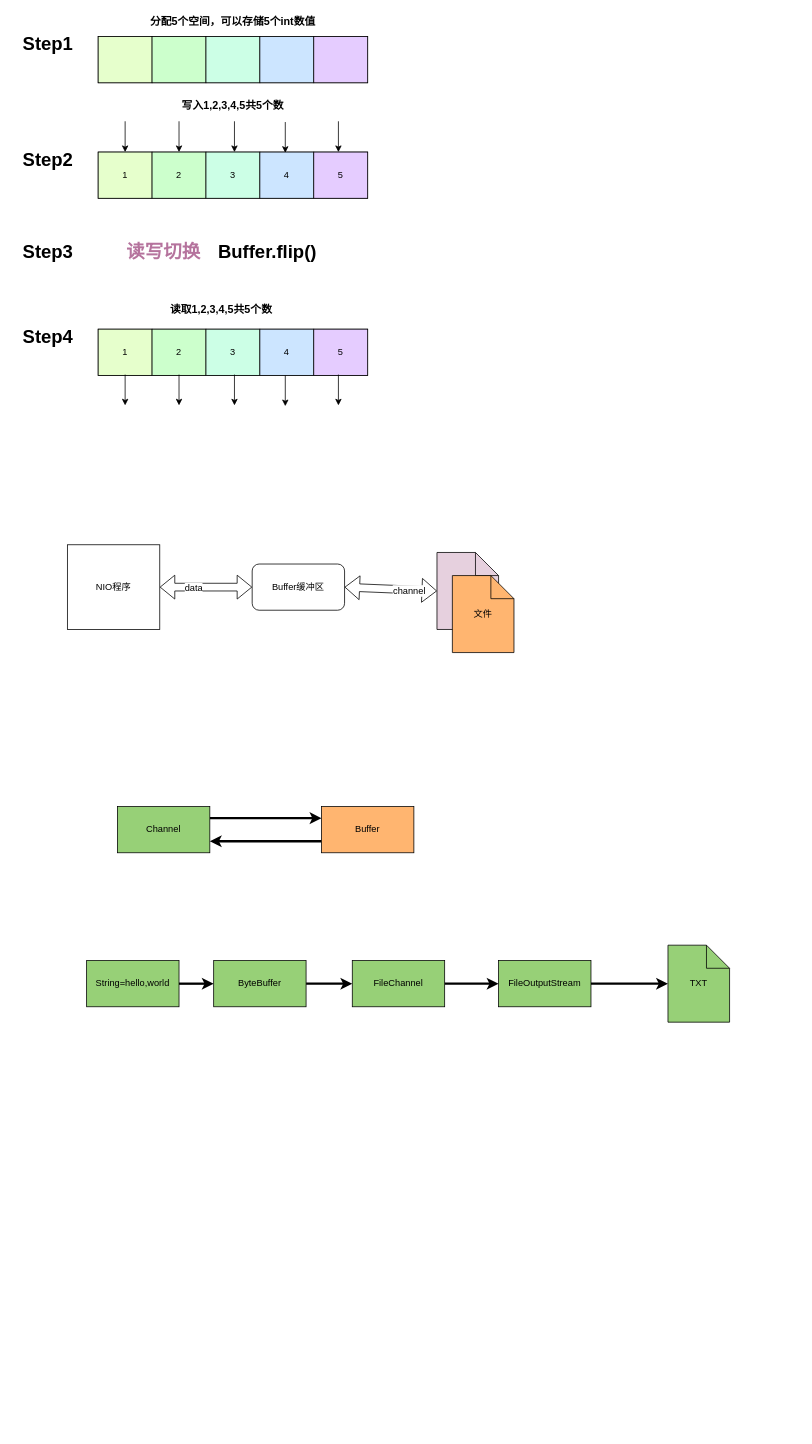
Above: NettyDocument/画图原型/NIO-Buffer.dio in mangxiao2018/Netty-Learning (draw.io), before the change. Source tidied: cells renumbered, new cells numbered last; positions are measured from the earlier drawing's top-left corner, leaving out a move shared by most shapes. Both pictures are drawn from the tidied source at 77%, with x=0, y=0 at pixel (13, 13).
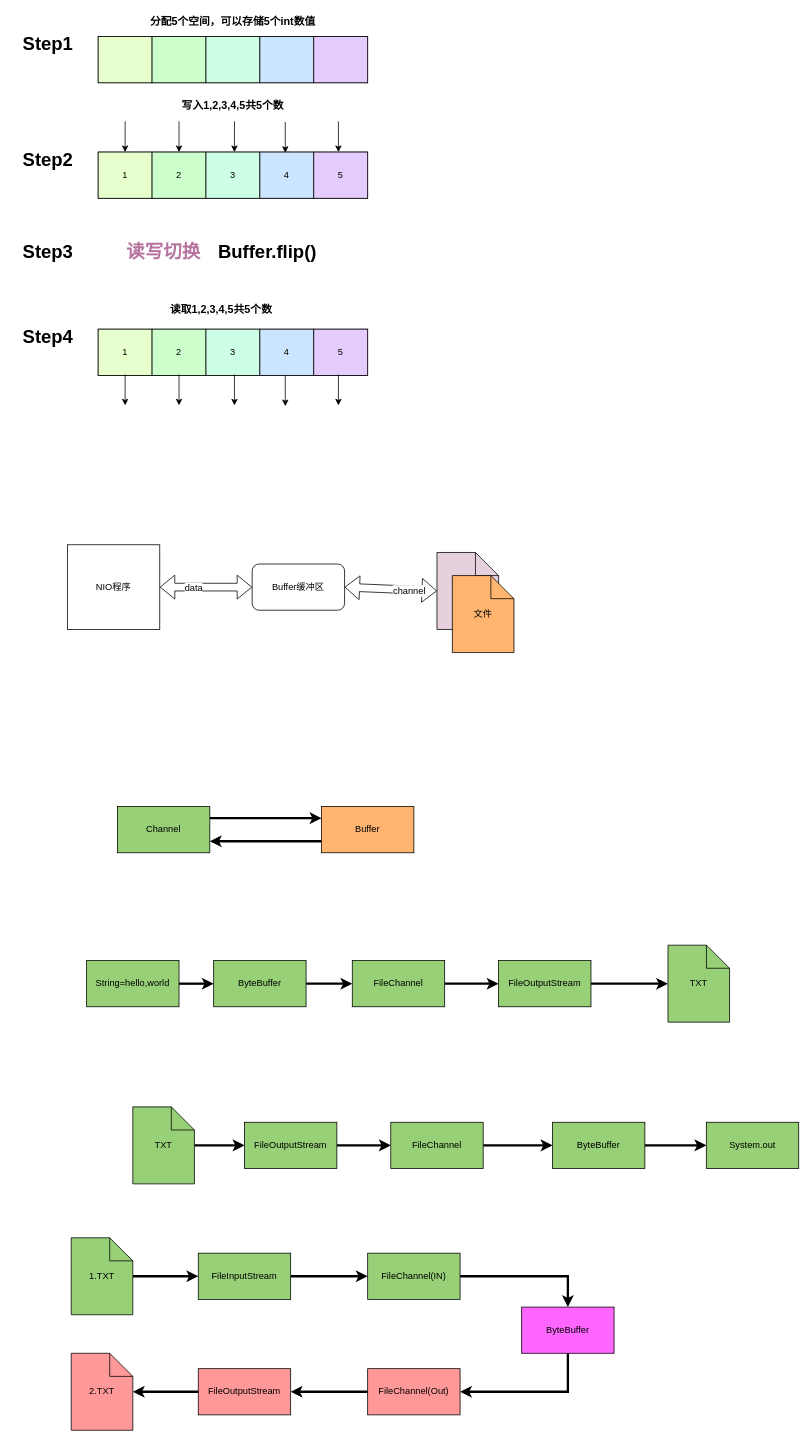
The same diagram, later.

Commit message (it also covers changes not shown here):
读取管道，缓存，写入管道共同完成文件的读取和写入 1.TXT->FileInputStream->FileChannel(IN)->ByteBuffer->FileChannel(OUT)->FileOutputStream->2.TXT

What changed in the source:
```diff
@@
+    <mxCell id="60" style="edgeStyle=orthogonalEdgeStyle;rounded=0;html=1;entryX=0;entryY=0.5;jettySize=auto;strokeWidth=3;" parent="1" edge="1" source="61" target="63">
+      <mxGeometry relative="1" as="geometry" />
+    </mxCell>
+    <mxCell id="61" value="TXT" style="shape=note;whiteSpace=wrap;html=1;fillColor=#97D077;" parent="1" vertex="1">
+      <mxGeometry x="155" y="1420" width="80" height="100" as="geometry" />
+    </mxCell>
+    <mxCell id="62" style="edgeStyle=orthogonalEdgeStyle;rounded=0;html=1;entryX=0;entryY=0.5;jettySize=auto;strokeWidth=3;" parent="1" edge="1" source="63" target="65">
+      <mxGeometry relative="1" as="geometry" />
+    </mxCell>
+    <mxCell id="63" value="FileOutputStream" style="rounded=0;whiteSpace=wrap;html=1;fillColor=#97D077;" parent="1" vertex="1">
+      <mxGeometry x="300" y="1440" width="120" height="60" as="geometry" />
+    </mxCell>
+    <mxCell id="64" style="edgeStyle=orthogonalEdgeStyle;rounded=0;html=1;jettySize=auto;strokeWidth=3;" parent="1" edge="1" source="65" target="67">
+      <mxGeometry relative="1" as="geometry" />
+    </mxCell>
+    <mxCell id="65" value="FileChannel" style="rounded=0;whiteSpace=wrap;html=1;fillColor=#97D077;" parent="1" vertex="1">
+      <mxGeometry x="490" y="1440" width="120" height="60" as="geometry" />
+    </mxCell>
+    <mxCell id="66" style="edgeStyle=orthogonalEdgeStyle;rounded=0;html=1;jettySize=auto;strokeWidth=3;" parent="1" edge="1" source="67" target="68">
+      <mxGeometry relative="1" as="geometry" />
+    </mxCell>
+    <mxCell id="67" value="ByteBuffer" style="rounded=0;whiteSpace=wrap;html=1;fillColor=#97D077;" parent="1" vertex="1">
+      <mxGeometry x="700" y="1440" width="120" height="60" as="geometry" />
+    </mxCell>
+    <mxCell id="68" value="System.out" style="rounded=0;whiteSpace=wrap;html=1;fillColor=#97D077;" parent="1" vertex="1">
+      <mxGeometry x="899.8" y="1440" width="120" height="60" as="geometry" />
+    </mxCell>
+    <mxCell id="69" style="edgeStyle=orthogonalEdgeStyle;rounded=0;html=1;entryX=0;entryY=0.5;jettySize=auto;strokeWidth=3;" parent="1" edge="1" source="70" target="72">
+      <mxGeometry relative="1" as="geometry" />
+    </mxCell>
+    <mxCell id="70" value="1.TXT" style="shape=note;whiteSpace=wrap;html=1;fillColor=#97D077;" parent="1" vertex="1">
+      <mxGeometry x="75" y="1590" width="80" height="100" as="geometry" />
+    </mxCell>
+    <mxCell id="71" style="edgeStyle=orthogonalEdgeStyle;rounded=0;html=1;jettySize=auto;strokeWidth=3;" parent="1" edge="1" source="72" target="74">
+      <mxGeometry relative="1" as="geometry" />
+    </mxCell>
+    <mxCell id="72" value="FileInputStream" style="rounded=0;whiteSpace=wrap;html=1;fillColor=#97D077;" parent="1" vertex="1">
+      <mxGeometry x="240" y="1610" width="120" height="60" as="geometry" />
+    </mxCell>
+    <mxCell id="73" style="edgeStyle=orthogonalEdgeStyle;rounded=0;html=1;entryX=0.5;entryY=0;jettySize=auto;strokeWidth=3;" parent="1" edge="1" source="74" target="76">
+      <mxGeometry relative="1" as="geometry" />
+    </mxCell>
+    <mxCell id="74" value="FileChannel(IN)" style="rounded=0;whiteSpace=wrap;html=1;fillColor=#97D077;" parent="1" vertex="1">
+      <mxGeometry x="460" y="1610" width="120" height="60" as="geometry" />
+    </mxCell>
+    <mxCell id="75" style="edgeStyle=orthogonalEdgeStyle;rounded=0;html=1;entryX=1;entryY=0.5;jettySize=auto;strokeWidth=3;exitX=0.5;exitY=1;" parent="1" edge="1" source="76" target="78">
+      <mxGeometry relative="1" as="geometry">
+        <Array as="points">
+          <mxPoint x="720" y="1790" />
+        </Array>
+      </mxGeometry>
+    </mxCell>
+    <mxCell id="76" value="ByteBuffer" style="rounded=0;whiteSpace=wrap;html=1;fillColor=#FF66FF;" parent="1" vertex="1">
+      <mxGeometry x="660" y="1680" width="120" height="60" as="geometry" />
+    </mxCell>
+    <mxCell id="77" style="edgeStyle=orthogonalEdgeStyle;rounded=0;html=1;entryX=1;entryY=0.5;jettySize=auto;strokeWidth=3;" parent="1" edge="1" source="78" target="80">
+      <mxGeometry relative="1" as="geometry" />
+    </mxCell>
+    <mxCell id="78" value="FileChannel(Out)" style="rounded=0;whiteSpace=wrap;html=1;fillColor=#FF9999;" parent="1" vertex="1">
+      <mxGeometry x="460" y="1760" width="120" height="60" as="geometry" />
+    </mxCell>
+    <mxCell id="79" style="edgeStyle=orthogonalEdgeStyle;rounded=0;html=1;jettySize=auto;strokeWidth=3;" parent="1" edge="1" source="80" target="81">
+      <mxGeometry relative="1" as="geometry" />
+    </mxCell>
+    <mxCell id="80" value="FileOutputStream" style="rounded=0;whiteSpace=wrap;html=1;fillColor=#FF9999;" parent="1" vertex="1">
+      <mxGeometry x="240" y="1760" width="120" height="60" as="geometry" />
+    </mxCell>
+    <mxCell id="81" value="2.TXT" style="shape=note;whiteSpace=wrap;html=1;fillColor=#FF9999;" parent="1" vertex="1">
+      <mxGeometry x="75" y="1740" width="80" height="100" as="geometry" />
+    </mxCell>
```
